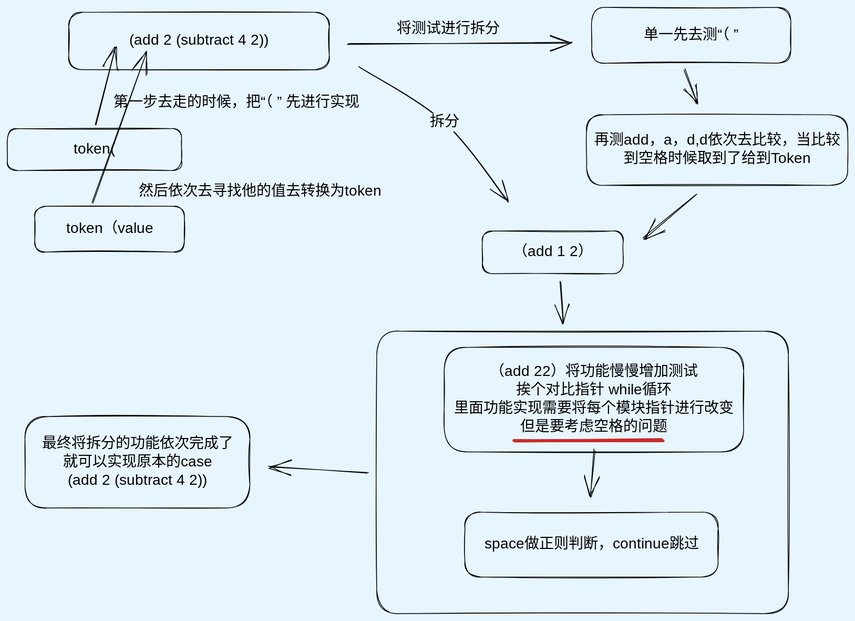
Earlier version of the Excalidraw export note.excalidraw.svg (zclsx/tiny-compiler). Source tidied: one line per element, renumbered; positions are measured from the earlier drawing's top-left corner, leaving out a move shared by most shapes.
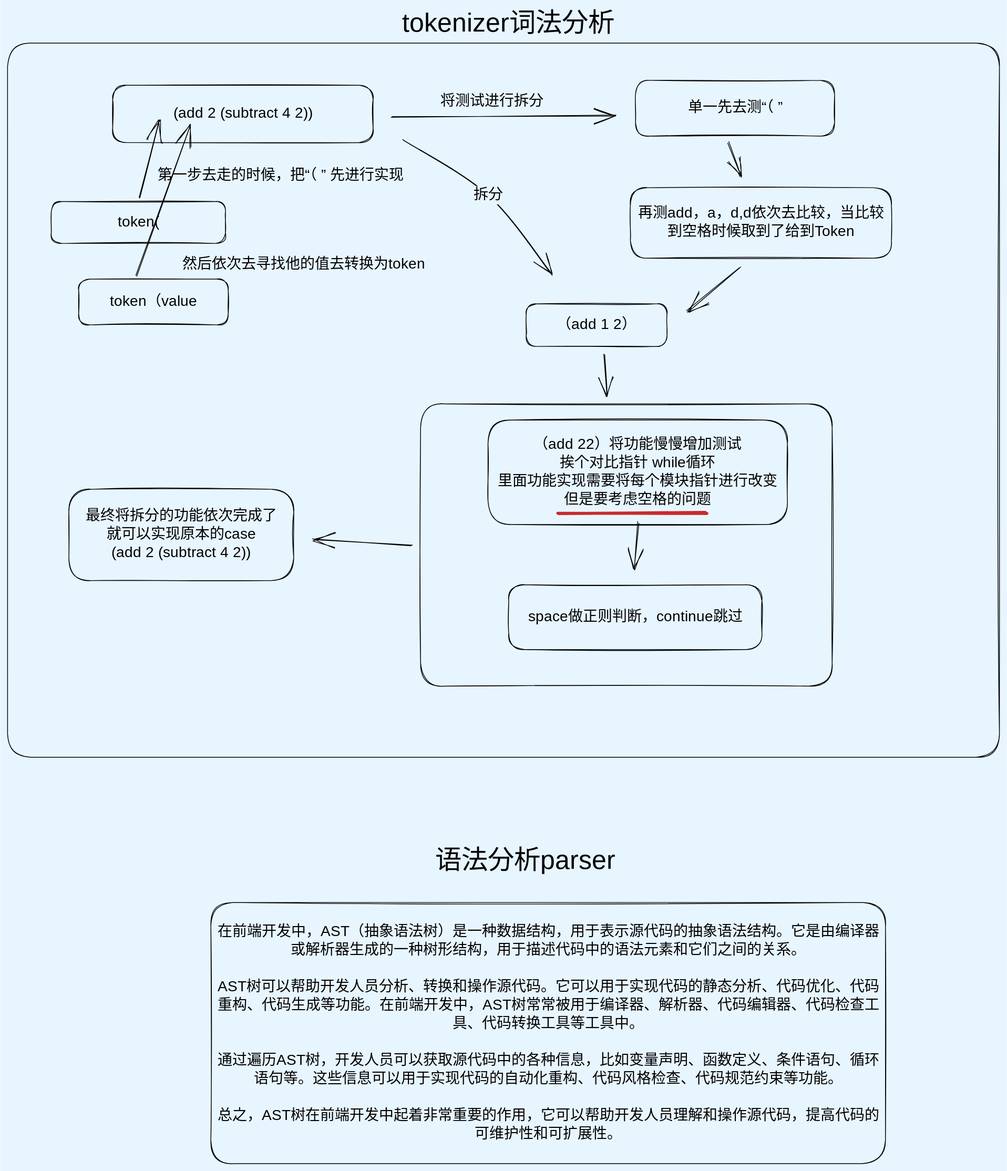
Above is the later version.

The edit, as a diff of the source:
```diff
@@ -16,7 +16,7 @@
 {"id": 15, "type": "rectangle", "strokeColor": "#000000", "strokeWidth": 1, "roughness": 1, "round": true, "x": 787, "y": 146, "width": 355, "height": 96}
 {"id": 16, "type": "text", "text": "再测add，a，d,d依次去比较，当比较\n到空格时候取到了给到Token", "strokeColor": "#000000", "strokeWidth": 1, "roughness": 1, "fontSize": 20, "fontFamily": 1, "textAlign": "center", "verticalAlign": "middle", "inside": 15, "x": 796, "y": 169, "width": 337, "height": 50}
 {"id": 17, "type": "arrow", "strokeColor": "#000000", "strokeWidth": 1, "roughness": 1, "endArrowhead": "arrow", "round": true, "x": 478, "y": 81, "width": 202, "height": 183, "points": [[0, 0], [116, 75], [202, 183]]}
-{"id": 18, "type": "text", "text": "拆分", "strokeColor": "#000000", "strokeWidth": 1, "roughness": 1, "fontSize": 20, "fontFamily": 1, "textAlign": "center", "verticalAlign": "middle", "inside": 17, "x": 603, "y": 168, "width": 40, "height": 25}
+{"id": 18, "type": "text", "text": "拆分", "strokeColor": "#000000", "strokeWidth": 1, "roughness": 1, "fontSize": 20, "fontFamily": 1, "textAlign": "center", "verticalAlign": "middle", "inside": 17, "x": 574, "y": 144, "width": 40, "height": 25}
 {"id": 19, "type": "rectangle", "strokeColor": "#000000", "strokeWidth": 1, "roughness": 1, "round": true, "x": 594, "y": 462, "width": 407, "height": 142}
 {"id": 20, "type": "text", "text": "（add 22）将功能慢慢增加测试\n挨个对比指针 while循环\n里面功能实现需要将每个模块指针进行改变\n但是要考虑空格的问题", "strokeColor": "#000000", "strokeWidth": 1, "roughness": 1, "fontSize": 20, "fontFamily": 1, "textAlign": "center", "verticalAlign": "middle", "inside": 19, "x": 607, "y": 483, "width": 380, "height": 100}
 {"id": 21, "type": "line", "strokeColor": "#c92a2a", "strokeWidth": 4, "roughness": 1, "round": true, "x": 689, "y": 588, "width": 201, "height": 1, "points": [[0, 0], [201, -1]]}
@@ -31,3 +31,8 @@
 {"id": 30, "type": "arrow", "strokeColor": "#000000", "strokeWidth": 1, "roughness": 1, "endArrowhead": "arrow", "round": true, "from": 25, "to": 31, "x": 490, "y": 632, "width": 134, "height": 8, "points": [[0, 0], [-134, -8]]}
 {"id": 31, "type": "rectangle", "strokeColor": "#000000", "strokeWidth": 1, "roughness": 1, "round": true, "x": 24, "y": 556, "width": 306, "height": 124}
 {"id": 32, "type": "text", "text": "最终将拆分的功能依次完成了\n就可以实现原本的case\n(add 2 (subtract 4 2))", "strokeColor": "#000000", "strokeWidth": 1, "roughness": 1, "fontSize": 20, "fontFamily": 1, "textAlign": "center", "verticalAlign": "middle", "inside": 31, "x": 47, "y": 580, "width": 260, "height": 75}
+{"id": 33, "type": "text", "text": "tokenizer词法分析", "strokeColor": "#000000", "strokeWidth": 1, "roughness": 1, "fontSize": 36, "fontFamily": 1, "x": 477, "y": -99, "width": 302, "height": 45}
+{"id": 34, "type": "rectangle", "strokeColor": "#000000", "strokeWidth": 1, "roughness": 1, "round": true, "x": -59, "y": -51, "width": 1348, "height": 971}
+{"id": 35, "type": "text", "text": "语法分析parser", "strokeColor": "#000000", "strokeWidth": 1, "roughness": 1, "fontSize": 36, "fontFamily": 1, "x": 522, "y": 1039, "width": 256, "height": 45}
+{"id": 36, "type": "rectangle", "strokeColor": "#000000", "strokeWidth": 1, "roughness": 1, "round": true, "x": 217, "y": 1118, "width": 917, "height": 355}
+{"id": 37, "type": "text", "text": "在前端开发中，AST（抽象语法树）是一种数据结构，用于表示源代码的抽象语法结构。它是由编译器\n或解析器生成的一种树形结构，用于描述代码中的语法元素和它们之间的关系。\n\nAST树可以帮助开发人员分析、转换和操作源代码。它可以用于实现代码的静态分析、代码优化、代码\n重构、代码生成等功能。在前端开发中，AST树常常被用于编译器、解析器、代码编辑器、代码检查工\n具、代码转换工具等工具中。\n\n通过遍历AST树，开发人员可以获取源代码中的各种信息，比如变量声明、函数定义、条件语句、循环\n语句等。这些信息可以用于实现代码的自动化重构、代码风格检查、代码规范约束等功能。\n\n总之，AST树在前端开发中起着非常重要的作用，它可以帮助开发人员理解和操作源代码，提高代码的\n可维护性和可扩展性。", "strokeColor": "#000000", "strokeWidth": 1, "roughness": 1, "fontSize": 20, "fontFamily": 1, "textAlign": "center", "verticalAlign": "middle", "inside": 36, "x": 225, "y": 1145, "width": 901, "height": 300}
```
